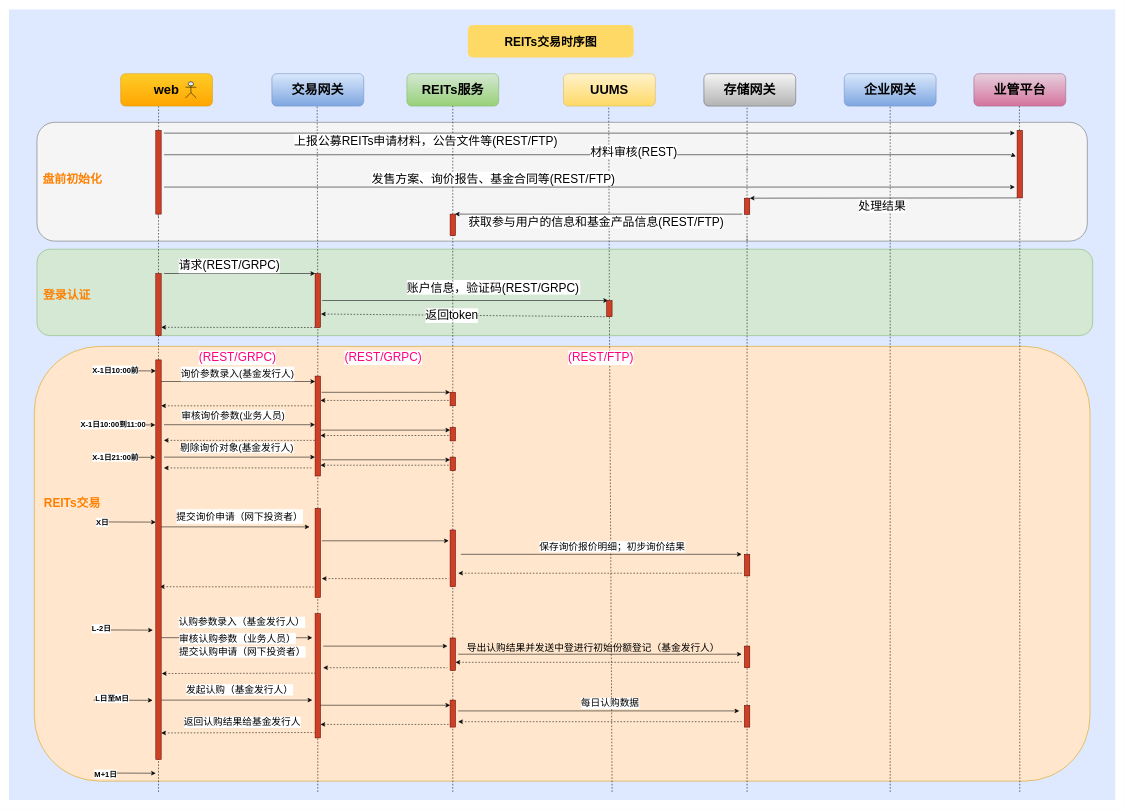
The draw.io diagram 未命名绘图.drawio in lppgo/001UML, before the edit. Source tidied: cells renumbered, new cells numbered last; positions are measured from the earlier drawing's top-left corner, leaving out a move shared by most shapes. Both pictures are drawn from the tidied source at 54%, with x=0, y=0 at pixel (9, 9).
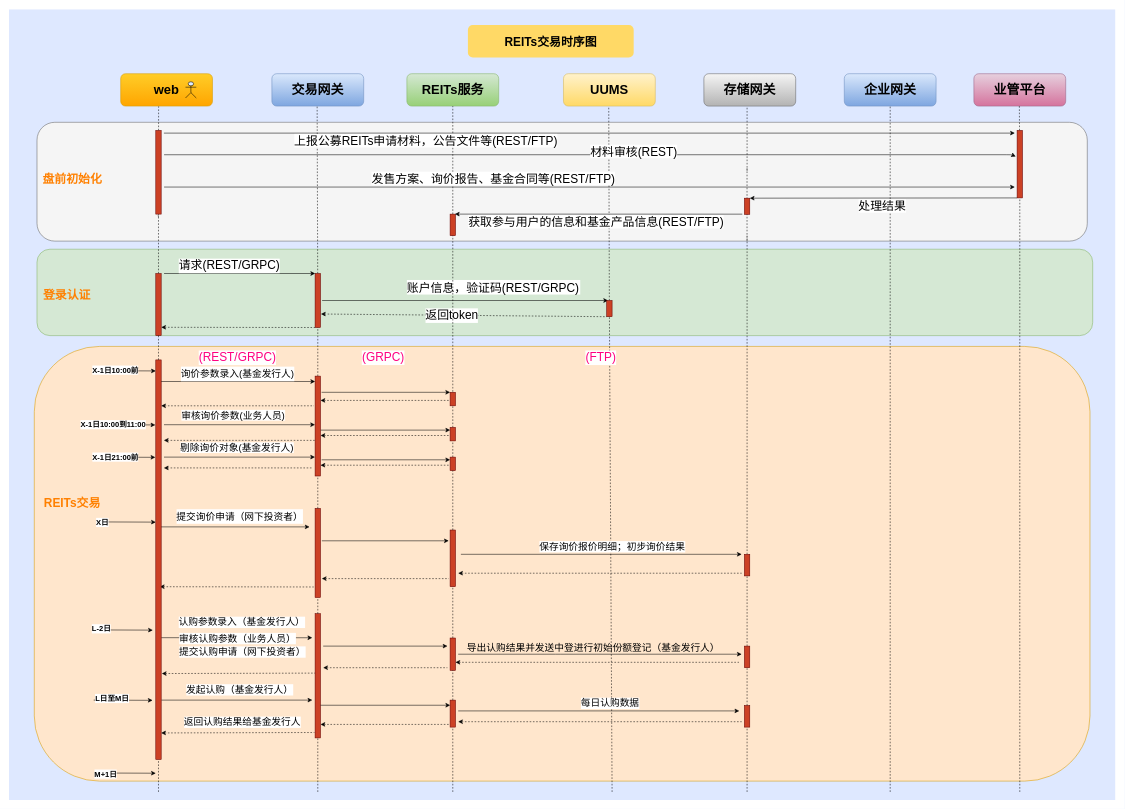
The same diagram, later.

Commit message:
更新未命名绘图.drawio

What changed in the source:
```diff
@@
-    <mxCell id="78" value="&lt;font color=&quot;#ff0080&quot;&gt;(REST/GRPC)&lt;/font&gt;" style="edgeLabel;html=1;align=center;verticalAlign=middle;fontSize=22;" parent="1" vertex="1">
+    <mxCell id="78" value="&lt;font color=&quot;#ff0080&quot;&gt;(GRPC)&lt;/font&gt;" style="edgeLabel;html=1;align=center;verticalAlign=middle;fontSize=22;" parent="1" vertex="1">
       <mxGeometry x="697" y="649" as="geometry">
         <mxPoint x="-5" y="-5" as="offset" />
       </mxGeometry>
     </mxCell>
-    <mxCell id="79" value="&lt;font color=&quot;#ff0080&quot;&gt;(REST/FTP)&lt;/font&gt;" style="edgeLabel;html=1;align=center;verticalAlign=middle;fontSize=22;" parent="1" vertex="1">
+    <mxCell id="79" value="&lt;font color=&quot;#ff0080&quot;&gt;(FTP)&lt;/font&gt;" style="edgeLabel;html=1;align=center;verticalAlign=middle;fontSize=22;" parent="1" vertex="1">
       <mxGeometry x="1107" y="649" as="geometry">
         <mxPoint x="-12" y="-5" as="offset" />
       </mxGeometry>
     </mxCell>
```
